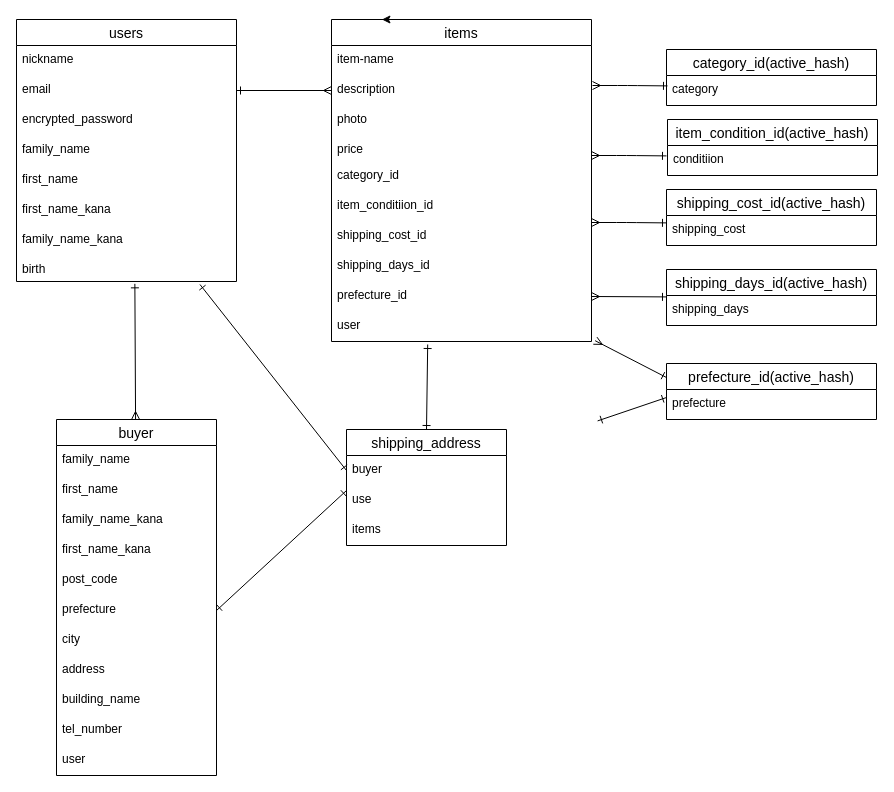
Above: test.dio in Shimshin21/furima-37024 (draw.io), before the change. Source tidied: cells renumbered, new cells numbered last; positions are measured from the earlier drawing's top-left corner, leaving out a move shared by most shapes. Both pictures are drawn from the tidied source at 100%, with x=0, y=0 at pixel (16, 19).
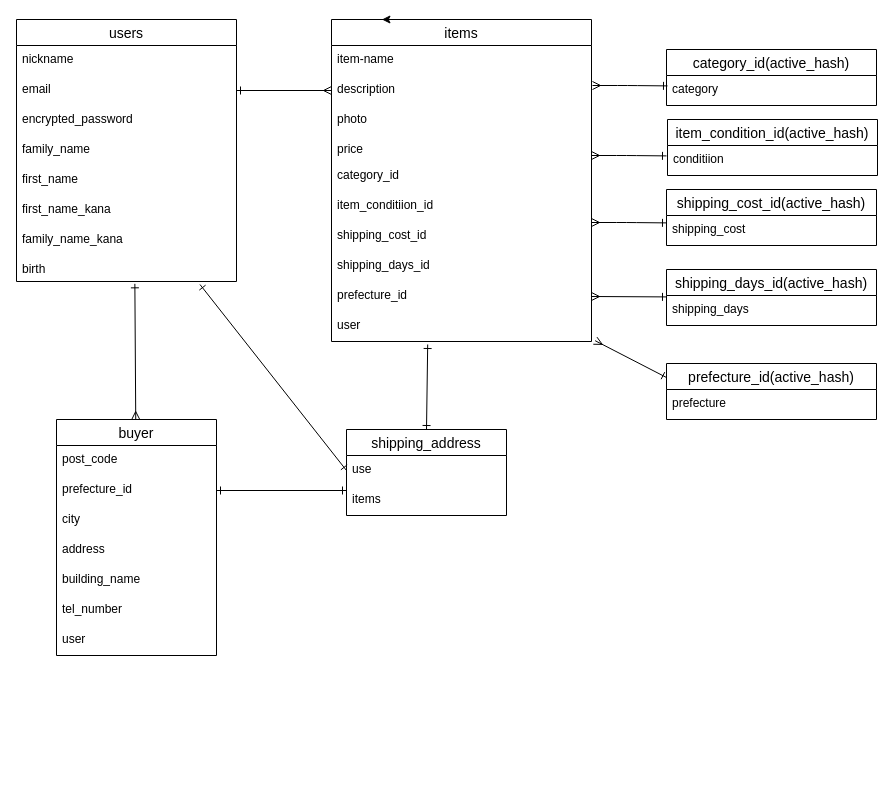
Above is the later version.

Commit message (it also covers changes not shown here):
REAMDE　修正②

Unchanged cells that the change refers to:
```xml
<mxCell id="10" value="birth" style="text;strokeColor=none;fillColor=none;spacingLeft=4;spacingRight=4;overflow=hidden;points=[[0,0.5],[1,0.5]];portConstraint=eastwest;fontSize=12;" parent="2" vertex="1">
  <mxGeometry y="236" width="220" height="26" as="geometry" />
</mxCell>
```

Change to the diagram source:
```diff
@@
     <mxCell id="25" value="buyer" style="swimlane;fontStyle=0;horizontal=1;startSize=26;align=center;fontSize=14;" parent="1" vertex="1">
-      <mxGeometry x="40" y="400" width="160" height="356" as="geometry" />
+      <mxGeometry x="40" y="400" width="160" height="236" as="geometry" />
     </mxCell>
-    <mxCell id="26" value="family_name" style="text;strokeColor=none;fillColor=none;spacingLeft=4;spacingRight=4;overflow=hidden;fontSize=12;" parent="25" vertex="1">
-      <mxGeometry y="26" width="160" height="30" as="geometry" />
-    </mxCell>
-    <mxCell id="27" value="first_name" style="text;strokeColor=none;fillColor=none;spacingLeft=4;spacingRight=4;overflow=hidden;fontSize=12;" parent="25" vertex="1">
-      <mxGeometry y="56" width="160" height="30" as="geometry" />
-    </mxCell>
-    <mxCell id="28" value="family_name_kana" style="text;strokeColor=none;fillColor=none;spacingLeft=4;spacingRight=4;overflow=hidden;fontSize=12;" parent="25" vertex="1">
-      <mxGeometry y="86" width="160" height="30" as="geometry" />
-    </mxCell>
-    <mxCell id="29" value="first_name_kana" style="text;strokeColor=none;fillColor=none;spacingLeft=4;spacingRight=4;overflow=hidden;fontSize=12;" parent="25" vertex="1">
-      <mxGeometry y="116" width="160" height="30" as="geometry" />
-    </mxCell>
     <mxCell id="30" value="post_code" style="text;strokeColor=none;fillColor=none;spacingLeft=4;spacingRight=4;overflow=hidden;fontSize=12;" parent="25" vertex="1">
-      <mxGeometry y="146" width="160" height="30" as="geometry" />
+      <mxGeometry y="26" width="160" height="30" as="geometry" />
     </mxCell>
-    <mxCell id="31" value="prefecture" style="text;strokeColor=none;fillColor=none;spacingLeft=4;spacingRight=4;overflow=hidden;points=[[0,0.5],[1,0.5]];portConstraint=eastwest;fontSize=12;" parent="25" vertex="1">
-      <mxGeometry y="176" width="160" height="30" as="geometry" />
+    <mxCell id="31" value="prefecture_id" style="text;strokeColor=none;fillColor=none;spacingLeft=4;spacingRight=4;overflow=hidden;points=[[0,0.5],[1,0.5]];portConstraint=eastwest;fontSize=12;" parent="25" vertex="1">
+      <mxGeometry y="56" width="160" height="30" as="geometry" />
     </mxCell>
     <mxCell id="32" value="city" style="text;strokeColor=none;fillColor=none;spacingLeft=4;spacingRight=4;overflow=hidden;fontSize=12;" parent="25" vertex="1">
-      <mxGeometry y="206" width="160" height="30" as="geometry" />
+      <mxGeometry y="86" width="160" height="30" as="geometry" />
     </mxCell>
     <mxCell id="33" value="address" style="text;strokeColor=none;fillColor=none;spacingLeft=4;spacingRight=4;overflow=hidden;fontSize=12;" parent="25" vertex="1">
-      <mxGeometry y="236" width="160" height="30" as="geometry" />
+      <mxGeometry y="116" width="160" height="30" as="geometry" />
     </mxCell>
     <mxCell id="34" value="building_name" style="text;strokeColor=none;fillColor=none;spacingLeft=4;spacingRight=4;overflow=hidden;fontSize=12;" parent="25" vertex="1">
-      <mxGeometry y="266" width="160" height="30" as="geometry" />
+      <mxGeometry y="146" width="160" height="30" as="geometry" />
     </mxCell>
     <mxCell id="35" value="tel_number" style="text;strokeColor=none;fillColor=none;spacingLeft=4;spacingRight=4;overflow=hidden;fontSize=12;" parent="25" vertex="1">
-      <mxGeometry y="296" width="160" height="30" as="geometry" />
+      <mxGeometry y="176" width="160" height="30" as="geometry" />
     </mxCell>
     <mxCell id="36" value="user" style="text;strokeColor=none;fillColor=none;spacingLeft=4;spacingRight=4;overflow=hidden;fontSize=12;" parent="25" vertex="1">
-      <mxGeometry y="326" width="160" height="30" as="geometry" />
+      <mxGeometry y="206" width="160" height="30" as="geometry" />
     </mxCell>
@@
     <mxCell id="40" value="shipping_address" style="swimlane;fontStyle=0;horizontal=1;startSize=26;align=center;fontSize=14;" parent="1" vertex="1">
-      <mxGeometry x="330" y="410" width="160" height="116" as="geometry" />
+      <mxGeometry x="330" y="410" width="160" height="86" as="geometry" />
     </mxCell>
-    <mxCell id="41" value="buyer" style="text;strokeColor=none;fillColor=none;spacingLeft=4;spacingRight=4;overflow=hidden;points=[[0,0.5],[1,0.5]];portConstraint=eastwest;fontSize=12;" parent="40" vertex="1">
-      <mxGeometry y="26" width="160" height="30" as="geometry" />
-    </mxCell>
     <mxCell id="42" value="use" style="text;strokeColor=none;fillColor=none;spacingLeft=4;spacingRight=4;overflow=hidden;fontSize=12;" parent="40" vertex="1">
-      <mxGeometry y="56" width="160" height="30" as="geometry" />
+      <mxGeometry y="26" width="160" height="30" as="geometry" />
     </mxCell>
     <mxCell id="43" value="items" style="text;strokeColor=none;fillColor=none;spacingLeft=4;spacingRight=4;overflow=hidden;fontSize=12;" parent="40" vertex="1">
-      <mxGeometry y="86" width="160" height="30" as="geometry" />
+      <mxGeometry y="56" width="160" height="30" as="geometry" />
     </mxCell>
@@
-    <mxCell id="49" style="edgeStyle=none;html=1;exitX=0;exitY=0.5;exitDx=0;exitDy=0;entryX=0.882;entryY=-0.013;entryDx=0;entryDy=0;entryPerimeter=0;startArrow=ERone;startFill=0;endArrow=ERone;endFill=0;" parent="1" edge="1">
-      <mxGeometry relative="1" as="geometry">
-        <mxPoint x="650" y="378" as="sourcePoint" />
-        <mxPoint x="581.1" y="401.4" as="targetPoint" />
-      </mxGeometry>
-    </mxCell>
@@
-    <mxCell id="59" style="edgeStyle=none;html=1;exitX=0;exitY=0.5;exitDx=0;exitDy=0;entryX=0.834;entryY=1.115;entryDx=0;entryDy=0;entryPerimeter=0;startArrow=ERone;startFill=0;endArrow=ERone;endFill=0;" parent="1" edge="1" source="41" target="10">
-      <mxGeometry relative="1" as="geometry" />
+    <mxCell id="59" style="edgeStyle=none;html=1;exitX=0;exitY=0.5;exitDx=0;exitDy=0;entryX=0.834;entryY=1.115;entryDx=0;entryDy=0;entryPerimeter=0;startArrow=ERone;startFill=0;endArrow=ERone;endFill=0;" parent="1" edge="1" target="10">
+      <mxGeometry relative="1" as="geometry">
+        <mxPoint x="330" y="451" as="sourcePoint" />
+      </mxGeometry>
     </mxCell>
```
